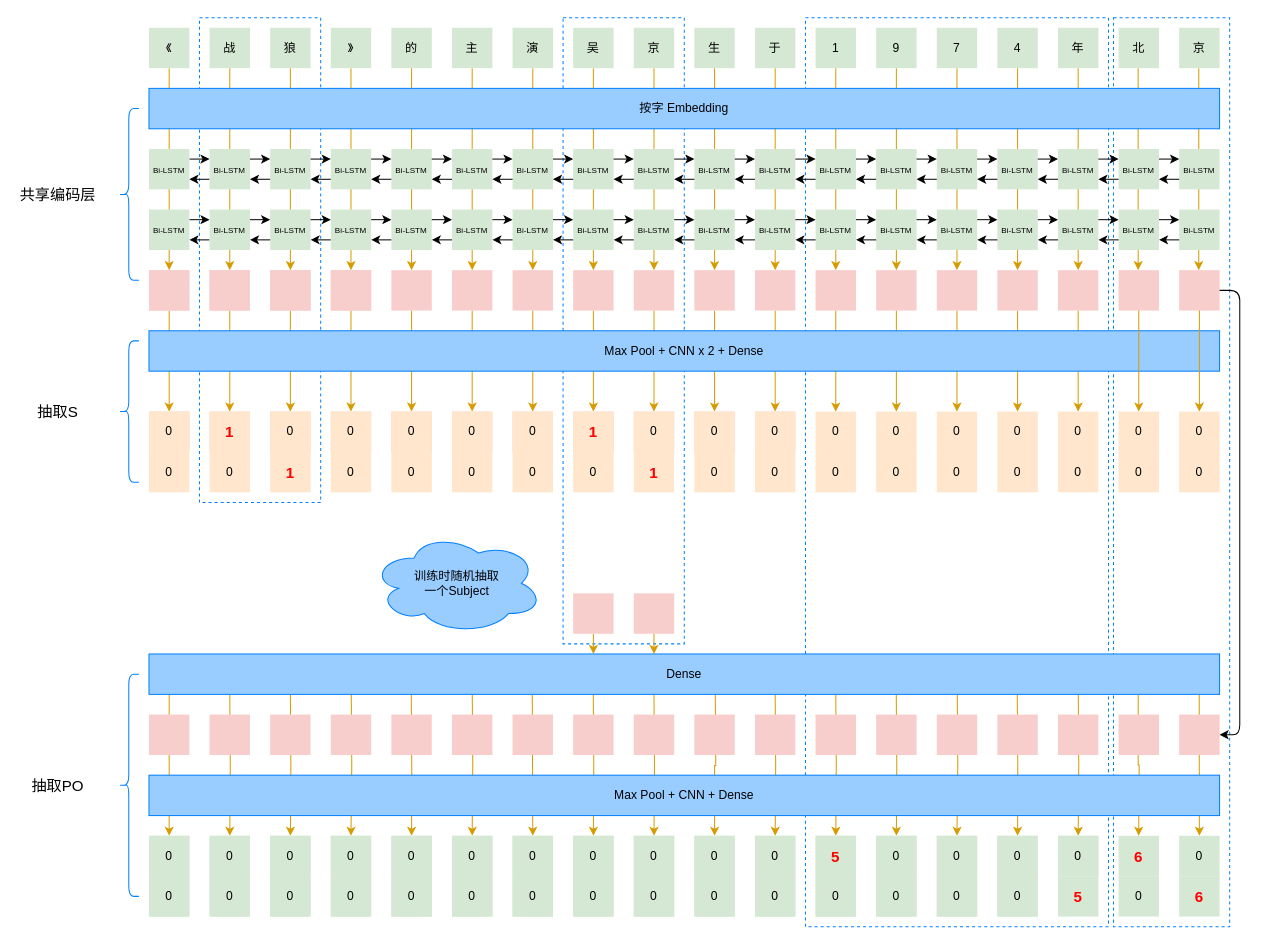
dataml-cn/playground keeps this draw.io diagram as 99_resources/11_img/Untitled Diagram.drawio. Above is the earlier version. Source tidied: cells renumbered, new cells numbered last; positions are measured from the earlier drawing's top-left corner, leaving out a move shared by most shapes. Both pictures are drawn from the tidied source at 101%, with x=0, y=0 at pixel (17, 17).
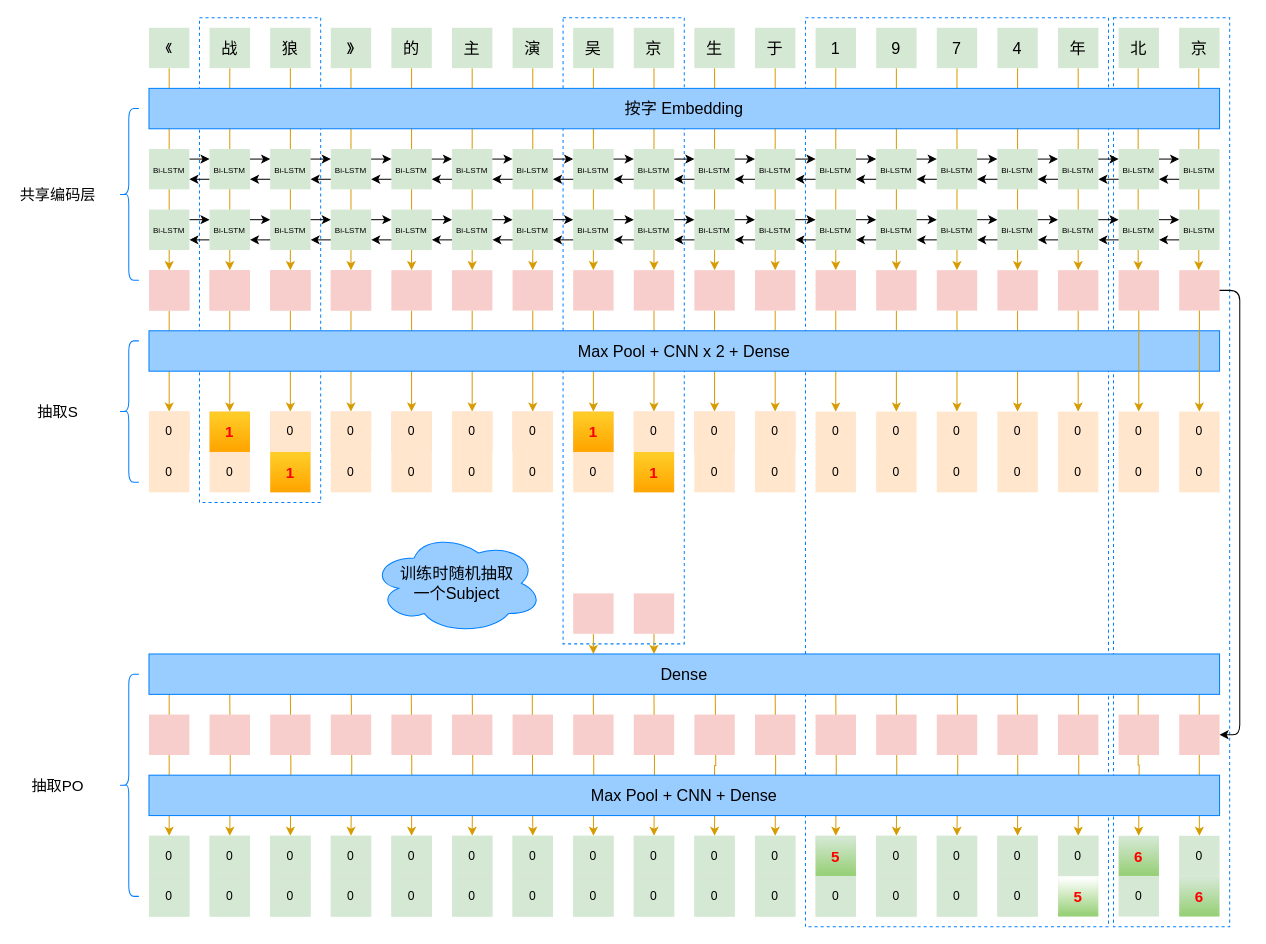
After the change.

The edit, as a diff of the source:
```diff
@@
-    <mxCell id="2" style="rounded=0;whiteSpace=wrap;html=1;shadow=0;glass=0;sketch=0;strokeColor=#007FFF;gradientColor=none;dashed=1;" parent="1" vertex="1">
+    <mxCell id="2" style="rounded=0;whiteSpace=wrap;html=1;shadow=0;glass=0;sketch=0;strokeColor=#007FFF;gradientColor=none;dashed=1;fillColor=none;" parent="1" vertex="1">
       <mxGeometry x="1085" width="115" height="900" as="geometry" />
     </mxCell>
@@
-    <mxCell id="7" style="rounded=0;whiteSpace=wrap;html=1;shadow=0;glass=0;sketch=0;strokeColor=#007FFF;gradientColor=none;dashed=1;" parent="1" vertex="1">
+    <mxCell id="7" style="rounded=0;whiteSpace=wrap;html=1;shadow=0;glass=0;sketch=0;strokeColor=#007FFF;gradientColor=none;dashed=1;fillColor=none;" parent="1" vertex="1">
       <mxGeometry x="780" width="300" height="900" as="geometry" />
     </mxCell>
@@
-    <mxCell id="13" style="rounded=0;whiteSpace=wrap;html=1;shadow=0;glass=0;sketch=0;strokeColor=#007FFF;gradientColor=none;dashed=1;" parent="1" vertex="1">
+    <mxCell id="13" style="rounded=0;whiteSpace=wrap;html=1;shadow=0;glass=0;sketch=0;strokeColor=#007FFF;gradientColor=none;dashed=1;fillColor=none;" parent="1" vertex="1">
       <mxGeometry x="540" width="120" height="620" as="geometry" />
     </mxCell>
-    <mxCell id="14" style="rounded=0;whiteSpace=wrap;html=1;shadow=0;glass=0;sketch=0;strokeColor=#007FFF;gradientColor=none;dashed=1;" parent="1" vertex="1">
+    <mxCell id="14" style="rounded=0;whiteSpace=wrap;html=1;shadow=0;glass=0;sketch=0;strokeColor=#007FFF;gradientColor=none;dashed=1;fillColor=none;" parent="1" vertex="1">
       <mxGeometry x="180" width="120" height="480" as="geometry" />
     </mxCell>
@@
-    <mxCell id="58" value="《" style="shape=ext;double=1;rounded=0;whiteSpace=wrap;html=1;fillColor=#d5e8d4;strokeColor=none;" parent="1" vertex="1">
+    <mxCell id="58" value="&lt;font style=&quot;font-size: 14px&quot;&gt;《&lt;/font&gt;" style="shape=ext;double=1;rounded=0;whiteSpace=wrap;html=1;fillColor=#d5e8d4;strokeColor=none;" parent="1" vertex="1">
       <mxGeometry x="130" y="10" width="40" height="40" as="geometry" />
     </mxCell>
-    <mxCell id="59" value="战" style="shape=ext;double=1;rounded=0;whiteSpace=wrap;html=1;fillColor=#d5e8d4;strokeColor=none;" parent="1" vertex="1">
+    <mxCell id="59" value="&lt;font style=&quot;font-size: 16px&quot;&gt;战&lt;/font&gt;" style="shape=ext;double=1;rounded=0;whiteSpace=wrap;html=1;fillColor=#d5e8d4;strokeColor=none;" parent="1" vertex="1">
       <mxGeometry x="190" y="10" width="40" height="40" as="geometry" />
     </mxCell>
-    <mxCell id="60" value="狼" style="shape=ext;double=1;rounded=0;whiteSpace=wrap;html=1;fillColor=#d5e8d4;strokeColor=none;" parent="1" vertex="1">
+    <mxCell id="60" value="&lt;font style=&quot;font-size: 16px&quot;&gt;狼&lt;/font&gt;" style="shape=ext;double=1;rounded=0;whiteSpace=wrap;html=1;fillColor=#d5e8d4;strokeColor=none;" parent="1" vertex="1">
       <mxGeometry x="250" y="10" width="40" height="40" as="geometry" />
     </mxCell>
-    <mxCell id="61" value="》" style="shape=ext;double=1;rounded=0;whiteSpace=wrap;html=1;fillColor=#d5e8d4;strokeColor=none;" parent="1" vertex="1">
+    <mxCell id="61" value="&lt;font style=&quot;font-size: 16px&quot;&gt;》&lt;/font&gt;" style="shape=ext;double=1;rounded=0;whiteSpace=wrap;html=1;fillColor=#d5e8d4;strokeColor=none;" parent="1" vertex="1">
       <mxGeometry x="310" y="10" width="40" height="40" as="geometry" />
     </mxCell>
-    <mxCell id="62" value="主" style="shape=ext;double=1;rounded=0;whiteSpace=wrap;html=1;fillColor=#d5e8d4;strokeColor=none;" parent="1" vertex="1">
+    <mxCell id="62" value="&lt;font style=&quot;font-size: 16px&quot;&gt;主&lt;/font&gt;" style="shape=ext;double=1;rounded=0;whiteSpace=wrap;html=1;fillColor=#d5e8d4;strokeColor=none;" parent="1" vertex="1">
       <mxGeometry x="430" y="10" width="40" height="40" as="geometry" />
     </mxCell>
-    <mxCell id="63" value="演" style="shape=ext;double=1;rounded=0;whiteSpace=wrap;html=1;fillColor=#d5e8d4;strokeColor=none;" parent="1" vertex="1">
+    <mxCell id="63" value="&lt;font style=&quot;font-size: 16px&quot;&gt;演&lt;/font&gt;" style="shape=ext;double=1;rounded=0;whiteSpace=wrap;html=1;fillColor=#d5e8d4;strokeColor=none;" parent="1" vertex="1">
       <mxGeometry x="490" y="10" width="40" height="40" as="geometry" />
     </mxCell>
-    <mxCell id="64" value="吴" style="shape=ext;double=1;rounded=0;whiteSpace=wrap;html=1;fillColor=#d5e8d4;strokeColor=none;" parent="1" vertex="1">
+    <mxCell id="64" value="&lt;font style=&quot;font-size: 16px&quot;&gt;吴&lt;/font&gt;" style="shape=ext;double=1;rounded=0;whiteSpace=wrap;html=1;fillColor=#d5e8d4;strokeColor=none;" parent="1" vertex="1">
       <mxGeometry x="550" y="10" width="40" height="40" as="geometry" />
     </mxCell>
-    <mxCell id="65" value="京" style="shape=ext;double=1;rounded=0;whiteSpace=wrap;html=1;fillColor=#d5e8d4;strokeColor=none;" parent="1" vertex="1">
+    <mxCell id="65" value="&lt;font style=&quot;font-size: 16px&quot;&gt;京&lt;/font&gt;" style="shape=ext;double=1;rounded=0;whiteSpace=wrap;html=1;fillColor=#d5e8d4;strokeColor=none;" parent="1" vertex="1">
       <mxGeometry x="610" y="10" width="40" height="40" as="geometry" />
     </mxCell>
-    <mxCell id="66" value="生" style="shape=ext;double=1;rounded=0;whiteSpace=wrap;html=1;fillColor=#d5e8d4;strokeColor=none;" parent="1" vertex="1">
+    <mxCell id="66" value="&lt;font style=&quot;font-size: 16px&quot;&gt;生&lt;/font&gt;" style="shape=ext;double=1;rounded=0;whiteSpace=wrap;html=1;fillColor=#d5e8d4;strokeColor=none;" parent="1" vertex="1">
       <mxGeometry x="670" y="10" width="40" height="40" as="geometry" />
     </mxCell>
-    <mxCell id="67" value="于" style="shape=ext;double=1;rounded=0;whiteSpace=wrap;html=1;fillColor=#d5e8d4;strokeColor=none;" parent="1" vertex="1">
+    <mxCell id="67" value="&lt;font style=&quot;font-size: 16px&quot;&gt;于&lt;/font&gt;" style="shape=ext;double=1;rounded=0;whiteSpace=wrap;html=1;fillColor=#d5e8d4;strokeColor=none;" parent="1" vertex="1">
       <mxGeometry x="730" y="10" width="40" height="40" as="geometry" />
     </mxCell>
-    <mxCell id="68" value="1" style="shape=ext;double=1;rounded=0;whiteSpace=wrap;html=1;fillColor=#d5e8d4;strokeColor=none;" parent="1" vertex="1">
+    <mxCell id="68" value="&lt;font style=&quot;font-size: 16px&quot;&gt;1&lt;/font&gt;" style="shape=ext;double=1;rounded=0;whiteSpace=wrap;html=1;fillColor=#d5e8d4;strokeColor=none;" parent="1" vertex="1">
       <mxGeometry x="790" y="10" width="40" height="40" as="geometry" />
     </mxCell>
-    <mxCell id="69" value="7" style="shape=ext;double=1;rounded=0;whiteSpace=wrap;html=1;fillColor=#d5e8d4;strokeColor=none;" parent="1" vertex="1">
+    <mxCell id="69" value="&lt;font style=&quot;font-size: 16px&quot;&gt;7&lt;/font&gt;" style="shape=ext;double=1;rounded=0;whiteSpace=wrap;html=1;fillColor=#d5e8d4;strokeColor=none;" parent="1" vertex="1">
       <mxGeometry x="910" y="10" width="40" height="40" as="geometry" />
     </mxCell>
-    <mxCell id="70" value="9" style="shape=ext;double=1;rounded=0;whiteSpace=wrap;html=1;fillColor=#d5e8d4;strokeColor=none;" parent="1" vertex="1">
+    <mxCell id="70" value="&lt;font style=&quot;font-size: 16px&quot;&gt;9&lt;/font&gt;" style="shape=ext;double=1;rounded=0;whiteSpace=wrap;html=1;fillColor=#d5e8d4;strokeColor=none;" parent="1" vertex="1">
       <mxGeometry x="850" y="10" width="40" height="40" as="geometry" />
     </mxCell>
-    <mxCell id="71" value="4" style="shape=ext;double=1;rounded=0;whiteSpace=wrap;html=1;fillColor=#d5e8d4;strokeColor=none;" parent="1" vertex="1">
+    <mxCell id="71" value="&lt;font style=&quot;font-size: 16px&quot;&gt;4&lt;/font&gt;" style="shape=ext;double=1;rounded=0;whiteSpace=wrap;html=1;fillColor=#d5e8d4;strokeColor=none;" parent="1" vertex="1">
       <mxGeometry x="970" y="10" width="40" height="40" as="geometry" />
     </mxCell>
-    <mxCell id="72" value="年" style="shape=ext;double=1;rounded=0;whiteSpace=wrap;html=1;fillColor=#d5e8d4;strokeColor=none;" parent="1" vertex="1">
+    <mxCell id="72" value="&lt;font style=&quot;font-size: 16px&quot;&gt;年&lt;/font&gt;" style="shape=ext;double=1;rounded=0;whiteSpace=wrap;html=1;fillColor=#d5e8d4;strokeColor=none;" parent="1" vertex="1">
       <mxGeometry x="1030" y="10" width="40" height="40" as="geometry" />
     </mxCell>
-    <mxCell id="73" value="的" style="shape=ext;double=1;rounded=0;whiteSpace=wrap;html=1;fillColor=#d5e8d4;strokeColor=none;" parent="1" vertex="1">
+    <mxCell id="73" value="&lt;font style=&quot;font-size: 16px&quot;&gt;的&lt;/font&gt;" style="shape=ext;double=1;rounded=0;whiteSpace=wrap;html=1;fillColor=#d5e8d4;strokeColor=none;" parent="1" vertex="1">
       <mxGeometry x="370" y="10" width="40" height="40" as="geometry" />
     </mxCell>
@@
-    <mxCell id="219" value="&lt;b&gt;&lt;font style=&quot;font-size: 15px&quot; color=&quot;#ff0000&quot;&gt;1&lt;/font&gt;&lt;/b&gt;" style="shape=ext;double=1;rounded=0;whiteSpace=wrap;html=1;fillColor=#ffe6cc;strokeColor=none;" parent="1" vertex="1">
+    <mxCell id="219" value="&lt;b&gt;&lt;font style=&quot;font-size: 15px&quot; color=&quot;#ff0000&quot;&gt;1&lt;/font&gt;&lt;/b&gt;" style="shape=ext;double=1;rounded=0;whiteSpace=wrap;html=1;fillColor=#ffcd28;gradientColor=#ffa500;strokeColor=none;" parent="1" vertex="1">
       <mxGeometry x="190" y="390" width="40" height="40" as="geometry" />
     </mxCell>
@@
-    <mxCell id="225" value="&lt;b&gt;&lt;font style=&quot;font-size: 15px&quot; color=&quot;#ff0000&quot;&gt;1&lt;/font&gt;&lt;/b&gt;" style="shape=ext;double=1;rounded=0;whiteSpace=wrap;html=1;fillColor=#ffe6cc;strokeColor=none;" parent="1" vertex="1">
+    <mxCell id="225" value="&lt;b&gt;&lt;font style=&quot;font-size: 15px&quot; color=&quot;#ff0000&quot;&gt;1&lt;/font&gt;&lt;/b&gt;" style="shape=ext;double=1;rounded=0;whiteSpace=wrap;html=1;fillColor=#ffcd28;gradientColor=#ffa500;strokeColor=none;" parent="1" vertex="1">
       <mxGeometry x="550" y="390" width="40" height="40" as="geometry" />
     </mxCell>
@@
-    <mxCell id="236" value="&lt;b&gt;&lt;font style=&quot;font-size: 15px&quot; color=&quot;#ff0000&quot;&gt;1&lt;/font&gt;&lt;/b&gt;" style="shape=ext;double=1;rounded=0;whiteSpace=wrap;html=1;fillColor=#ffe6cc;strokeColor=none;" parent="1" vertex="1">
+    <mxCell id="236" value="&lt;b&gt;&lt;font style=&quot;font-size: 15px&quot; color=&quot;#ff0000&quot;&gt;1&lt;/font&gt;&lt;/b&gt;" style="shape=ext;double=1;rounded=0;whiteSpace=wrap;html=1;fillColor=#ffcd28;gradientColor=#ffa500;strokeColor=none;" parent="1" vertex="1">
       <mxGeometry x="250" y="430" width="40" height="40" as="geometry" />
     </mxCell>
@@
-    <mxCell id="242" value="&lt;b&gt;&lt;font style=&quot;font-size: 15px&quot; color=&quot;#ff0000&quot;&gt;1&lt;/font&gt;&lt;/b&gt;" style="shape=ext;double=1;rounded=0;whiteSpace=wrap;html=1;fillColor=#ffe6cc;strokeColor=none;" parent="1" vertex="1">
+    <mxCell id="242" value="&lt;b&gt;&lt;font style=&quot;font-size: 15px&quot; color=&quot;#ff0000&quot;&gt;1&lt;/font&gt;&lt;/b&gt;" style="shape=ext;double=1;rounded=0;whiteSpace=wrap;html=1;fillColor=#ffcd28;gradientColor=#ffa500;strokeColor=none;" parent="1" vertex="1">
       <mxGeometry x="610" y="430" width="40" height="40" as="geometry" />
     </mxCell>
@@
-    <mxCell id="278" value="&lt;font color=&quot;#ff0000&quot; style=&quot;font-size: 15px&quot;&gt;&lt;b&gt;5&lt;/b&gt;&lt;/font&gt;" style="shape=ext;double=1;rounded=0;whiteSpace=wrap;html=1;fillColor=#d5e8d4;strokeColor=none;" parent="1" vertex="1">
+    <mxCell id="278" value="&lt;font color=&quot;#ff0000&quot; style=&quot;font-size: 15px&quot;&gt;&lt;b&gt;5&lt;/b&gt;&lt;/font&gt;" style="shape=ext;double=1;rounded=0;whiteSpace=wrap;html=1;gradientColor=#97d077;strokeColor=none;" parent="1" vertex="1">
       <mxGeometry x="1030" y="850" width="40" height="40" as="geometry" />
     </mxCell>
@@
-    <mxCell id="302" value="&lt;b&gt;&lt;font style=&quot;font-size: 15px&quot; color=&quot;#ff0000&quot;&gt;5&lt;/font&gt;&lt;/b&gt;" style="shape=ext;double=1;rounded=0;whiteSpace=wrap;html=1;fillColor=#d5e8d4;strokeColor=none;" parent="1" vertex="1">
+    <mxCell id="302" value="&lt;b&gt;&lt;font style=&quot;font-size: 15px&quot; color=&quot;#ff0000&quot;&gt;5&lt;/font&gt;&lt;/b&gt;" style="shape=ext;double=1;rounded=0;whiteSpace=wrap;html=1;fillColor=#d5e8d4;gradientColor=#97d077;strokeColor=none;" parent="1" vertex="1">
       <mxGeometry x="790" y="810" width="40" height="40" as="geometry" />
     </mxCell>
@@
-    <mxCell id="311" value="北" style="shape=ext;double=1;rounded=0;whiteSpace=wrap;html=1;fillColor=#d5e8d4;strokeColor=none;" parent="1" vertex="1">
+    <mxCell id="311" value="&lt;font style=&quot;font-size: 16px&quot;&gt;北&lt;/font&gt;" style="shape=ext;double=1;rounded=0;whiteSpace=wrap;html=1;fillColor=#d5e8d4;strokeColor=none;" parent="1" vertex="1">
       <mxGeometry x="1090" y="10" width="40" height="40" as="geometry" />
     </mxCell>
-    <mxCell id="312" value="京" style="shape=ext;double=1;rounded=0;whiteSpace=wrap;html=1;fillColor=#d5e8d4;strokeColor=none;" parent="1" vertex="1">
+    <mxCell id="312" value="&lt;font style=&quot;font-size: 16px&quot;&gt;京&lt;/font&gt;" style="shape=ext;double=1;rounded=0;whiteSpace=wrap;html=1;fillColor=#d5e8d4;strokeColor=none;" parent="1" vertex="1">
       <mxGeometry x="1150" y="10" width="40" height="40" as="geometry" />
     </mxCell>
@@
-    <mxCell id="334" value="&lt;b&gt;&lt;font style=&quot;font-size: 15px&quot; color=&quot;#ff0000&quot;&gt;6&lt;/font&gt;&lt;/b&gt;" style="shape=ext;double=1;rounded=0;whiteSpace=wrap;html=1;fillColor=#d5e8d4;strokeColor=none;" parent="1" vertex="1">
+    <mxCell id="334" value="&lt;b&gt;&lt;font style=&quot;font-size: 15px&quot; color=&quot;#ff0000&quot;&gt;6&lt;/font&gt;&lt;/b&gt;" style="shape=ext;double=1;rounded=0;whiteSpace=wrap;html=1;fillColor=#d5e8d4;gradientColor=#97d077;strokeColor=none;" parent="1" vertex="1">
       <mxGeometry x="1090" y="810" width="40" height="40" as="geometry" />
     </mxCell>
@@
-    <mxCell id="337" value="&lt;b&gt;&lt;font color=&quot;#ff0000&quot; style=&quot;font-size: 15px&quot;&gt;6&lt;/font&gt;&lt;/b&gt;" style="shape=ext;double=1;rounded=0;whiteSpace=wrap;html=1;fillColor=#d5e8d4;strokeColor=none;" parent="1" vertex="1">
+    <mxCell id="337" value="&lt;b&gt;&lt;font color=&quot;#ff0000&quot; style=&quot;font-size: 15px&quot;&gt;6&lt;/font&gt;&lt;/b&gt;" style="shape=ext;double=1;rounded=0;whiteSpace=wrap;html=1;fillColor=#d5e8d4;gradientColor=#97d077;strokeColor=none;" parent="1" vertex="1">
       <mxGeometry x="1150" y="850" width="40" height="40" as="geometry" />
     </mxCell>
@@
-    <mxCell id="340" value="按字 Embedding" style="rounded=0;whiteSpace=wrap;html=1;shadow=0;glass=0;sketch=0;strokeColor=#007FFF;gradientColor=none;fillColor=#99CCFF;" parent="1" vertex="1">
+    <mxCell id="340" value="&lt;font style=&quot;font-size: 16px&quot;&gt;按字 Embedding&lt;/font&gt;" style="rounded=0;whiteSpace=wrap;html=1;shadow=0;glass=0;sketch=0;strokeColor=#007FFF;gradientColor=none;fillColor=#99CCFF;" parent="1" vertex="1">
       <mxGeometry x="130" y="70" width="1060" height="40" as="geometry" />
     </mxCell>
-    <mxCell id="341" value="Max Pool + CNN x 2 + Dense" style="rounded=0;whiteSpace=wrap;html=1;shadow=0;glass=0;sketch=0;strokeColor=#007FFF;gradientColor=none;fillColor=#99CCFF;" parent="1" vertex="1">
+    <mxCell id="341" value="&lt;font style=&quot;font-size: 16px&quot;&gt;Max Pool + CNN x 2 + Dense&lt;/font&gt;" style="rounded=0;whiteSpace=wrap;html=1;shadow=0;glass=0;sketch=0;strokeColor=#007FFF;gradientColor=none;fillColor=#99CCFF;" parent="1" vertex="1">
       <mxGeometry x="130" y="310" width="1060" height="40" as="geometry" />
     </mxCell>
-    <mxCell id="342" value="Dense" style="rounded=0;whiteSpace=wrap;html=1;shadow=0;glass=0;sketch=0;strokeColor=#007FFF;gradientColor=none;fillColor=#99CCFF;" parent="1" vertex="1">
+    <mxCell id="342" value="&lt;font style=&quot;font-size: 16px&quot;&gt;Dense&lt;/font&gt;" style="rounded=0;whiteSpace=wrap;html=1;shadow=0;glass=0;sketch=0;strokeColor=#007FFF;gradientColor=none;fillColor=#99CCFF;" parent="1" vertex="1">
       <mxGeometry x="130" y="630" width="1060" height="40" as="geometry" />
     </mxCell>
-    <mxCell id="343" value="Max Pool + CNN + Dense" style="rounded=0;whiteSpace=wrap;html=1;shadow=0;glass=0;sketch=0;strokeColor=#007FFF;gradientColor=none;fillColor=#99CCFF;" parent="1" vertex="1">
+    <mxCell id="343" value="&lt;font style=&quot;font-size: 16px&quot;&gt;Max Pool + CNN + Dense&lt;/font&gt;" style="rounded=0;whiteSpace=wrap;html=1;shadow=0;glass=0;sketch=0;strokeColor=#007FFF;gradientColor=none;fillColor=#99CCFF;" parent="1" vertex="1">
       <mxGeometry x="130" y="750" width="1060" height="40" as="geometry" />
     </mxCell>
@@
-    <mxCell id="348" value="训练时随机抽取&lt;br&gt;一个Subject" style="ellipse;shape=cloud;whiteSpace=wrap;html=1;rounded=0;shadow=0;glass=0;sketch=0;strokeColor=#007FFF;fillColor=#99CCFF;gradientColor=none;" parent="1" vertex="1">
+    <mxCell id="348" value="&lt;font style=&quot;font-size: 16px&quot;&gt;训练时随机抽取&lt;br&gt;一个Subject&lt;/font&gt;" style="ellipse;shape=cloud;whiteSpace=wrap;html=1;rounded=0;shadow=0;glass=0;sketch=0;strokeColor=#007FFF;fillColor=#99CCFF;gradientColor=none;" parent="1" vertex="1">
       <mxGeometry x="350" y="510" width="170" height="100" as="geometry" />
     </mxCell>
```
